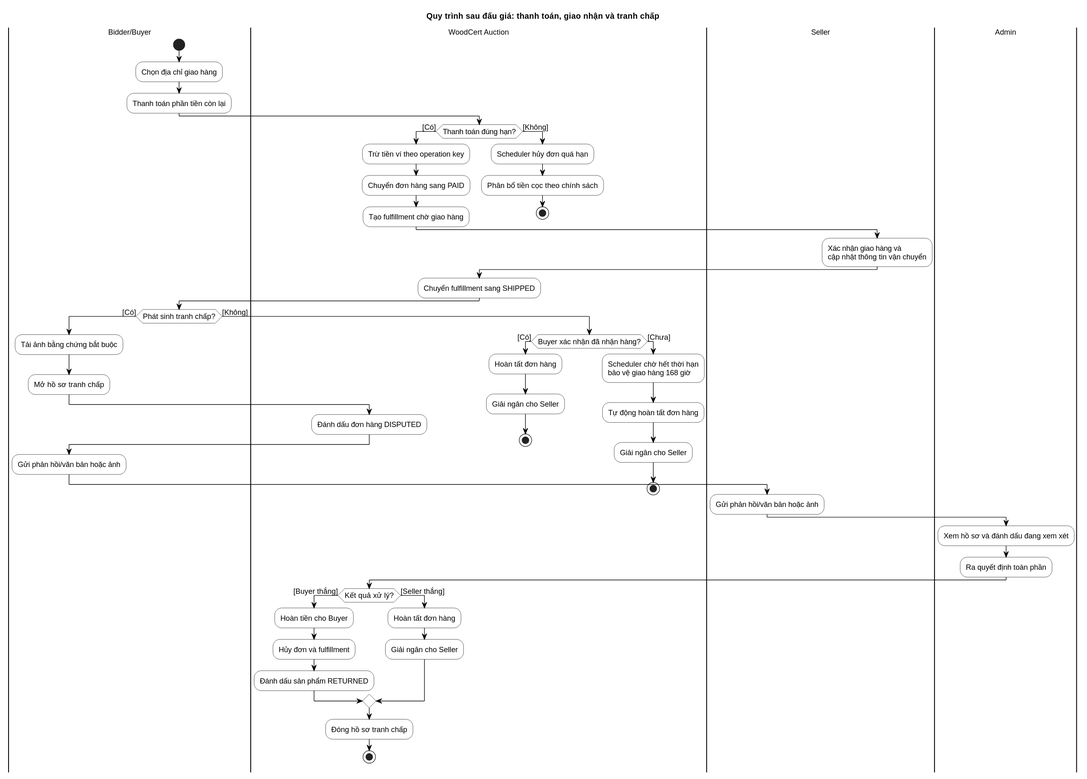
Above: thesis/figures/chapter-2/order-fulfillment-dispute-flow.svg in duynguyen312004/woodcert-auction (PlantUML), before the change. Source of this version:
```plantuml
@startuml
title Quy trình sau đấu giá: thanh toán, giao nhận và tranh chấp

skinparam defaultFontName Arial
skinparam defaultFontSize 13
skinparam backgroundColor White
skinparam shadowing false
skinparam linetype ortho
skinparam ArrowColor Black
skinparam activity {
    BackgroundColor White
    BorderColor Black
    FontColor Black
    FontSize 13
}
skinparam swimlane {
    BorderColor Black
    TitleBackgroundColor White
    TitleFontColor Black
}

|Bidder/Buyer|
start
:Chọn địa chỉ giao hàng;
:Thanh toán phần tiền còn lại;

|WoodCert Auction|
if (Thanh toán đúng hạn?) then ([Có])
    :Trừ tiền ví theo operation key;
    :Chuyển đơn hàng sang PAID;
    :Tạo fulfillment chờ giao hàng;
else ([Không])
    :Scheduler hủy đơn quá hạn;
    :Phân bổ tiền cọc theo chính sách;
    stop
endif

|Seller|
:Xác nhận giao hàng và\ncập nhật thông tin vận chuyển;

|WoodCert Auction|
:Chuyển fulfillment sang SHIPPED;

|Bidder/Buyer|
if (Phát sinh tranh chấp?) then ([Có])
    :Tải ảnh bằng chứng bắt buộc;
    :Mở hồ sơ tranh chấp;

    |WoodCert Auction|
    :Đánh dấu đơn hàng DISPUTED;

    |Bidder/Buyer|
    :Gửi phản hồi/văn bản hoặc ảnh;

    |Seller|
    :Gửi phản hồi/văn bản hoặc ảnh;

    |Admin|
    :Xem hồ sơ và đánh dấu đang xem xét;
    :Ra quyết định toàn phần;

    |WoodCert Auction|
    if (Kết quả xử lý?) then ([Buyer thắng])
        :Hoàn tiền cho Buyer;
        :Hủy đơn và fulfillment;
        :Đánh dấu sản phẩm RETURNED;
    else ([Seller thắng])
        :Hoàn tất đơn hàng;
        :Giải ngân cho Seller;
    endif
    :Đóng hồ sơ tranh chấp;
    stop
else ([Không])
    if (Buyer xác nhận đã nhận hàng?) then ([Có])
        :Hoàn tất đơn hàng;
        :Giải ngân cho Seller;
        stop
    else ([Chưa])
        |WoodCert Auction|
        :Scheduler chờ hết thời hạn\nbảo vệ giao hàng 168 giờ;
        :Tự động hoàn tất đơn hàng;
        :Giải ngân cho Seller;
        stop
    endif
endif
@enduml
```
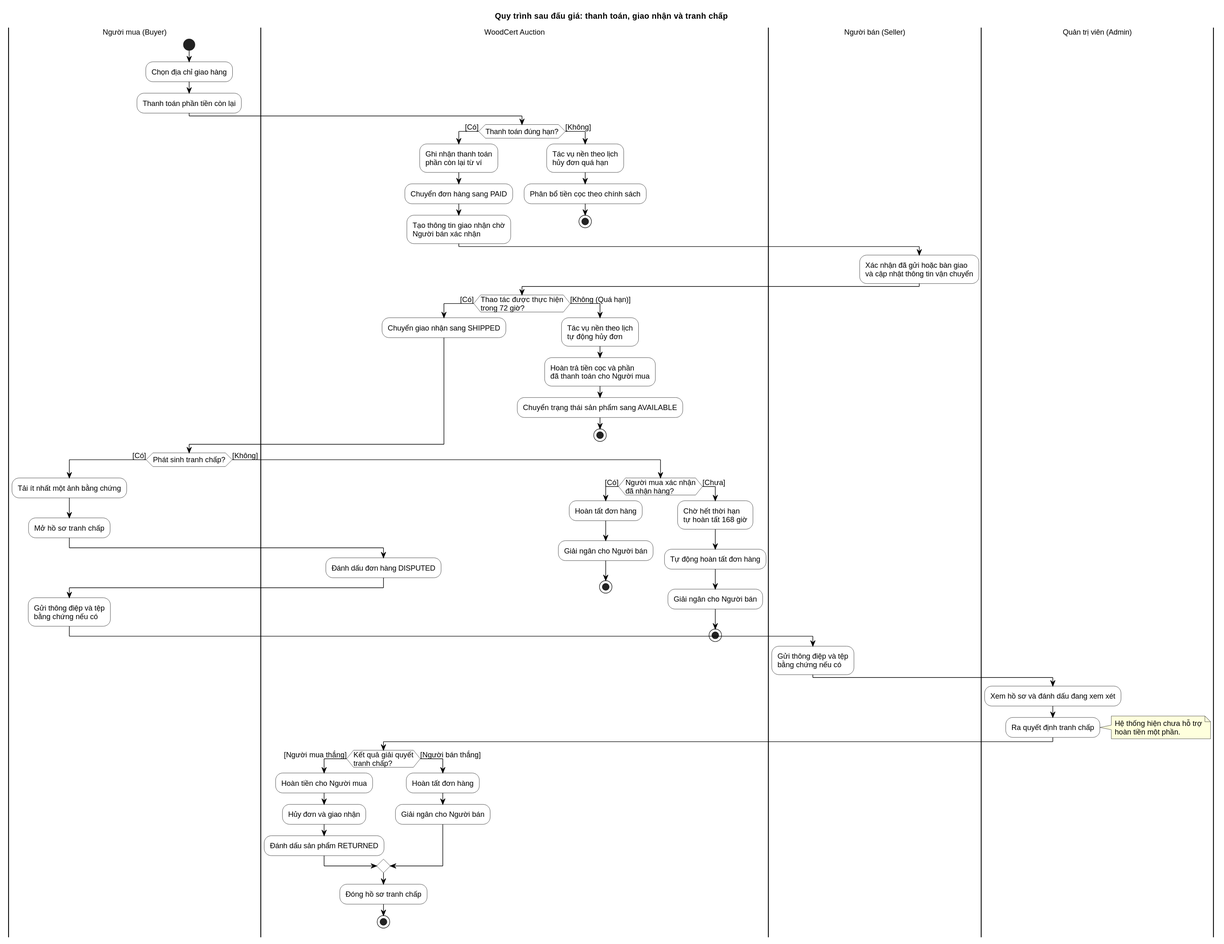
Later version of the same file.

Change to the diagram source:
```diff
@@ -19,67 +19,78 @@
     TitleFontColor Black
 }
 
-|Bidder/Buyer|
+|Người mua (Buyer)|
 start
 :Chọn địa chỉ giao hàng;
 :Thanh toán phần tiền còn lại;
 
 |WoodCert Auction|
 if (Thanh toán đúng hạn?) then ([Có])
-    :Trừ tiền ví theo operation key;
+    :Ghi nhận thanh toán\nphần còn lại từ ví;
     :Chuyển đơn hàng sang PAID;
-    :Tạo fulfillment chờ giao hàng;
+    :Tạo thông tin giao nhận chờ\nNgười bán xác nhận;
 else ([Không])
-    :Scheduler hủy đơn quá hạn;
+    :Tác vụ nền theo lịch\nhủy đơn quá hạn;
     :Phân bổ tiền cọc theo chính sách;
     stop
 endif
 
-|Seller|
-:Xác nhận giao hàng và\ncập nhật thông tin vận chuyển;
+|Người bán (Seller)|
+:Xác nhận đã gửi hoặc bàn giao\nvà cập nhật thông tin vận chuyển;
 
 |WoodCert Auction|
-:Chuyển fulfillment sang SHIPPED;
+if (Thao tác được thực hiện\ntrong 72 giờ?) then ([Có])
+    :Chuyển giao nhận sang SHIPPED;
+else ([Không (Quá hạn)])
+    :Tác vụ nền theo lịch\ntự động hủy đơn;
+    :Hoàn trả tiền cọc và phần\nđã thanh toán cho Người mua;
+    :Chuyển trạng thái sản phẩm sang AVAILABLE;
+    stop
+endif
 
-|Bidder/Buyer|
+|Người mua (Buyer)|
 if (Phát sinh tranh chấp?) then ([Có])
-    :Tải ảnh bằng chứng bắt buộc;
+    :Tải ít nhất một ảnh bằng chứng;
     :Mở hồ sơ tranh chấp;
 
     |WoodCert Auction|
     :Đánh dấu đơn hàng DISPUTED;
 
-    |Bidder/Buyer|
-    :Gửi phản hồi/văn bản hoặc ảnh;
+    |Người mua (Buyer)|
+    :Gửi thông điệp và tệp\nbằng chứng nếu có;
 
-    |Seller|
-    :Gửi phản hồi/văn bản hoặc ảnh;
+    |Người bán (Seller)|
+    :Gửi thông điệp và tệp\nbằng chứng nếu có;
 
-    |Admin|
+    |Quản trị viên (Admin)|
     :Xem hồ sơ và đánh dấu đang xem xét;
-    :Ra quyết định toàn phần;
+    :Ra quyết định tranh chấp;
+    note right
+      Hệ thống hiện chưa hỗ trợ
+      hoàn tiền một phần.
+    end note
 
     |WoodCert Auction|
-    if (Kết quả xử lý?) then ([Buyer thắng])
-        :Hoàn tiền cho Buyer;
-        :Hủy đơn và fulfillment;
+    if (Kết quả giải quyết\ntranh chấp?) then ([Người mua thắng])
+        :Hoàn tiền cho Người mua;
+        :Hủy đơn và giao nhận;
         :Đánh dấu sản phẩm RETURNED;
-    else ([Seller thắng])
+    else ([Người bán thắng])
         :Hoàn tất đơn hàng;
-        :Giải ngân cho Seller;
+        :Giải ngân cho Người bán;
     endif
     :Đóng hồ sơ tranh chấp;
     stop
 else ([Không])
-    if (Buyer xác nhận đã nhận hàng?) then ([Có])
+    if (Người mua xác nhận\nđã nhận hàng?) then ([Có])
         :Hoàn tất đơn hàng;
-        :Giải ngân cho Seller;
+        :Giải ngân cho Người bán;
         stop
     else ([Chưa])
         |WoodCert Auction|
-        :Scheduler chờ hết thời hạn\nbảo vệ giao hàng 168 giờ;
+        :Chờ hết thời hạn\ntự hoàn tất 168 giờ;
         :Tự động hoàn tất đơn hàng;
-        :Giải ngân cho Seller;
+        :Giải ngân cho Người bán;
         stop
     endif
 endif
```
